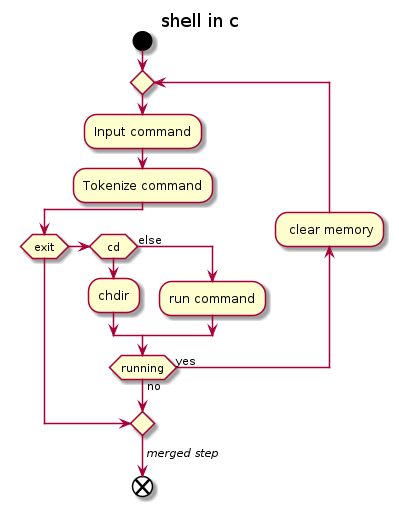
Above: flow.png in DAT4/tiddly (PlantUML), before the change.
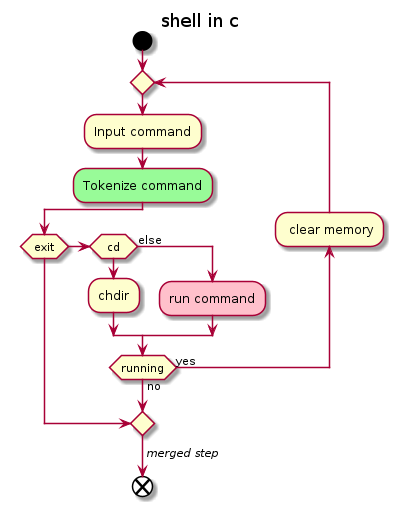
After the commit.

Change to the diagram source:
```diff
@@ -3,13 +3,13 @@
 start
 repeat
 :Input command;
-:Tokenize command;
+#palegreen:Tokenize command;
 if (exit) then
   break
 elseif (cd) then
 :chdir;
 else (else)
-:run command;
+#pink:run command;
 endif
 backward: clear memory;
 repeat while (running) is (yes) not (no)
```
